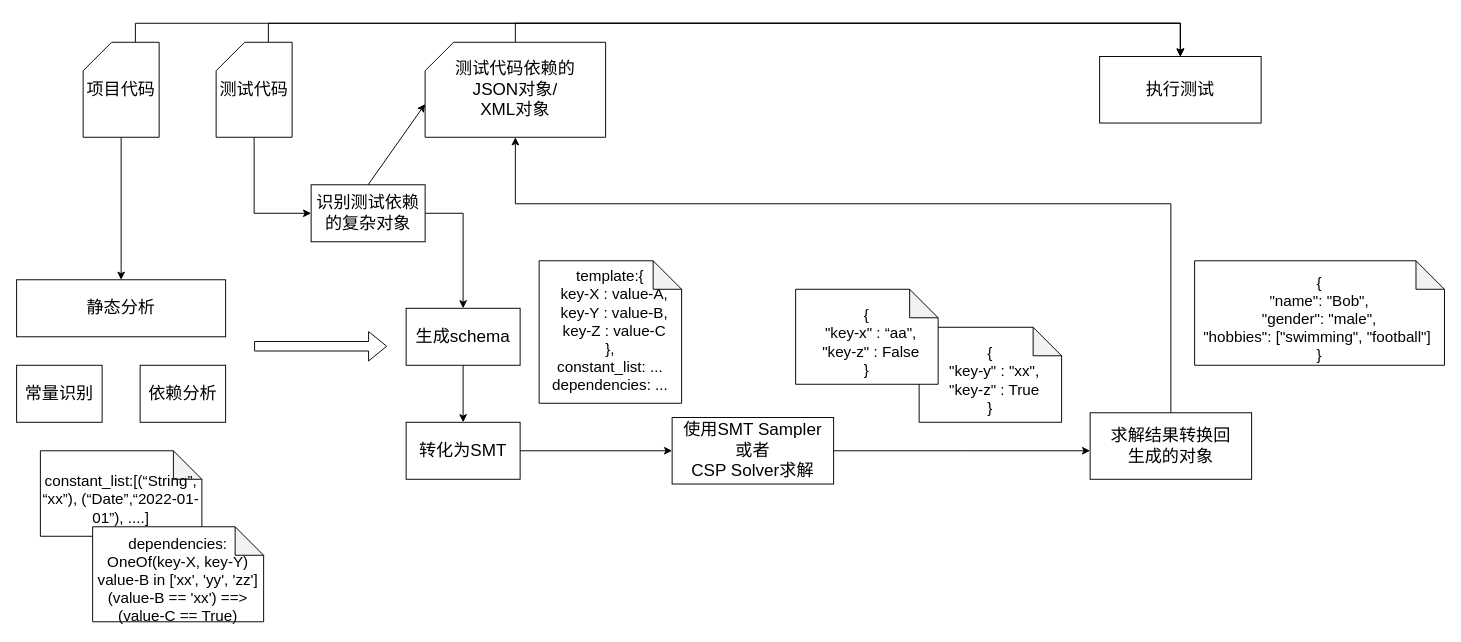
The draw.io diagram 未命名绘图.drawio in luyaor/luyao-data, before the edit. Source tidied: cells renumbered, new cells numbered last; positions are measured from the earlier drawing's top-left corner, leaving out a move shared by most shapes. Both pictures are drawn from the tidied source at 95%, with x=0, y=0 at pixel (16, 42).
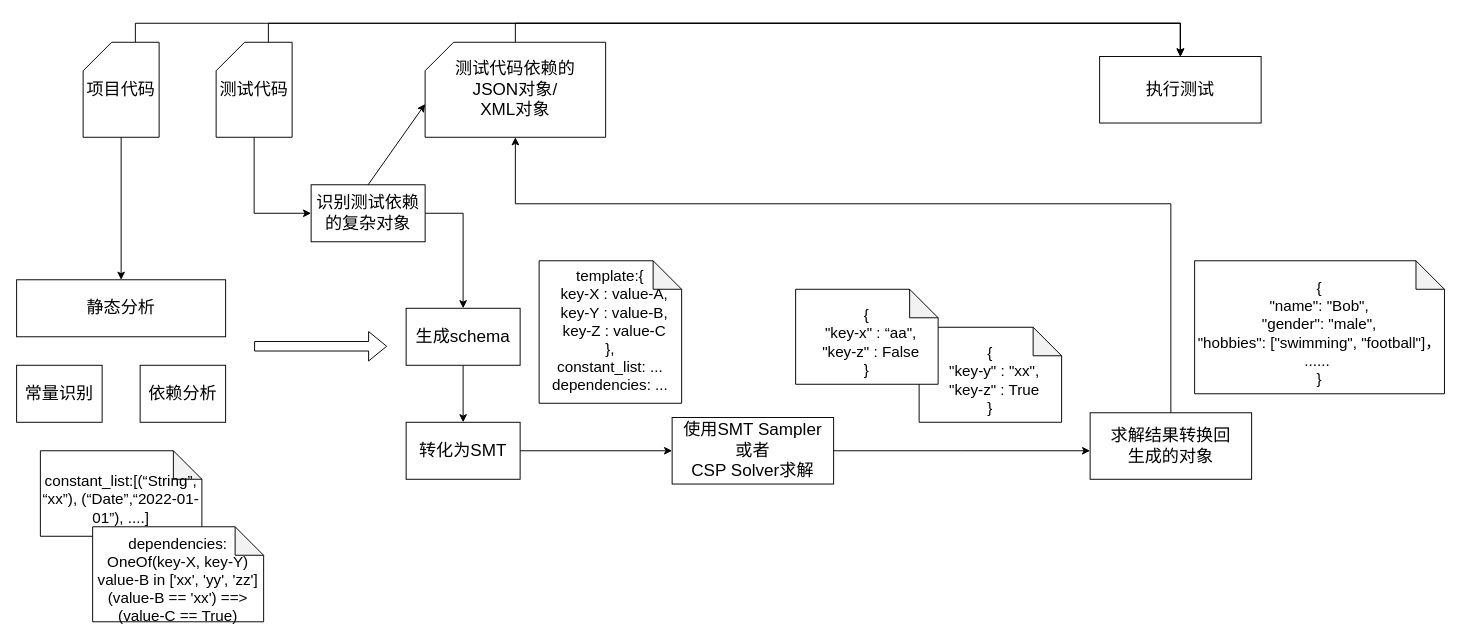
After the change.

Commit message:
更新未命名绘图.drawio

What changed in the source:
```diff
@@
-    <mxCell id="31" value="&lt;p&gt;&lt;/p&gt;&lt;span style=&quot;background-color: initial;&quot;&gt;&lt;font size=&quot;3&quot; face=&quot;等线&quot;&gt;&lt;div&gt;{&lt;/div&gt;&lt;div&gt;&quot;name&quot;: &quot;Bob&quot;,&lt;/div&gt;&lt;div&gt;&quot;gender&quot;: &quot;male&quot;,&lt;/div&gt;&lt;div&gt;&quot;hobbies&quot;: [&quot;swimming&quot;, &quot;football&quot;]&amp;nbsp;&lt;/div&gt;&lt;div&gt;}&lt;/div&gt;&lt;/font&gt;&lt;/span&gt;" style="shape=note;whiteSpace=wrap;html=1;backgroundOutline=1;darkOpacity=0.05;" parent="1" vertex="1">
-      <mxGeometry x="1240" y="230" width="263" height="110" as="geometry" />
+    <mxCell id="31" value="&lt;p&gt;&lt;/p&gt;&lt;span style=&quot;background-color: initial;&quot;&gt;&lt;font size=&quot;3&quot; face=&quot;等线&quot;&gt;&lt;div&gt;{&lt;/div&gt;&lt;div&gt;&quot;name&quot;: &quot;Bob&quot;,&lt;/div&gt;&lt;div&gt;&quot;gender&quot;: &quot;male&quot;,&lt;/div&gt;&lt;div&gt;&quot;hobbies&quot;: [&quot;swimming&quot;, &quot;football&quot;]，&lt;/div&gt;&lt;div&gt;......&amp;nbsp;&lt;/div&gt;&lt;div&gt;}&lt;/div&gt;&lt;/font&gt;&lt;/span&gt;" style="shape=note;whiteSpace=wrap;html=1;backgroundOutline=1;darkOpacity=0.05;" parent="1" vertex="1">
+      <mxGeometry x="1240" y="230" width="263" height="140" as="geometry" />
     </mxCell>
```
